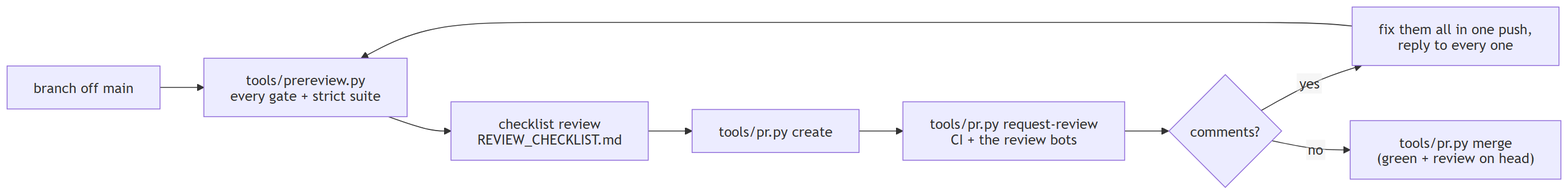
Earlier version of the Mermaid export docs/figures/diagrams/contributing_pr_flow.png (myersben9/fdia-graph). Its source is kept beside it as docs/figures/diagrams/contributing_pr_flow.mmd.
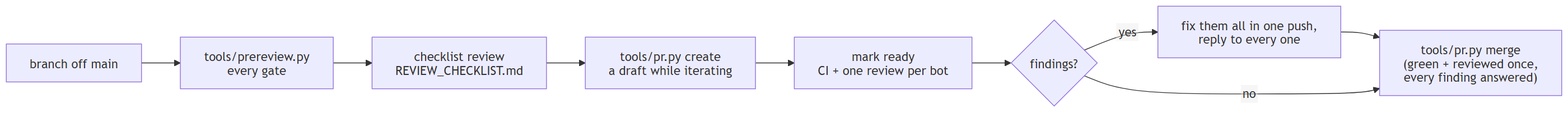
The same diagram one commit later.

Change to the diagram source:
```diff
@@ -1,9 +1,9 @@
 flowchart LR
-    A[branch off main] --> B["tools/prereview.py<br/>every gate + strict suite"]
+    A[branch off main] --> B["tools/prereview.py<br/>every gate"]
     B --> C[checklist review<br/>REVIEW_CHECKLIST.md]
-    C --> D["tools/pr.py create"]
-    D --> E["tools/pr.py request-review<br/>CI + the review bots"]
-    E --> F{comments?}
+    C --> D["tools/pr.py create<br/>a draft while iterating"]
+    D --> E["mark ready<br/>CI + one review per bot"]
+    E --> F{findings?}
     F -- yes --> G[fix them all in one push,<br/>reply to every one]
-    G --> B
-    F -- no --> H["tools/pr.py merge<br/>(green + review on head)"]
+    G --> H
+    F -- no --> H["tools/pr.py merge<br/>(green + reviewed once,<br/>every finding answered)"]
```
